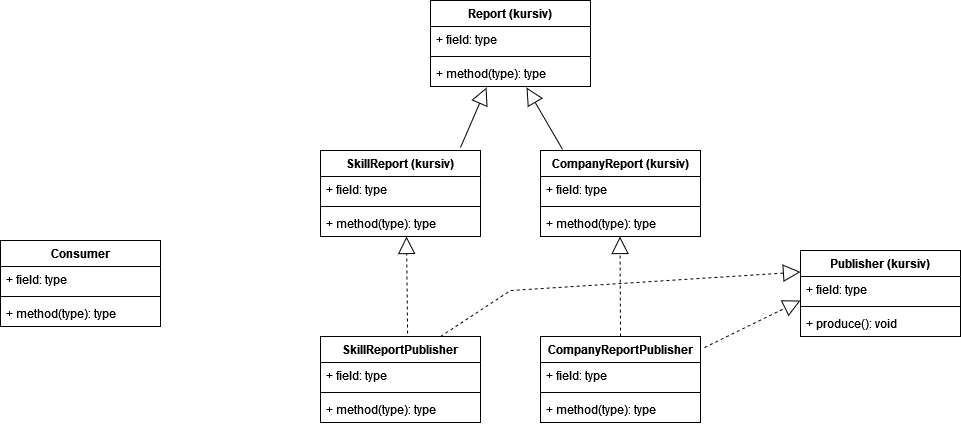
Before: src/org/hbrs/se1/ws22/uebung7/Uebung7-2.drawio.png, a diagram exported from draw.io (fitnesstino/WS22-SE1). Source tidied: cells renumbered, new cells last; positions are measured from the earlier drawing's top-left corner, leaving out a move shared by most shapes.
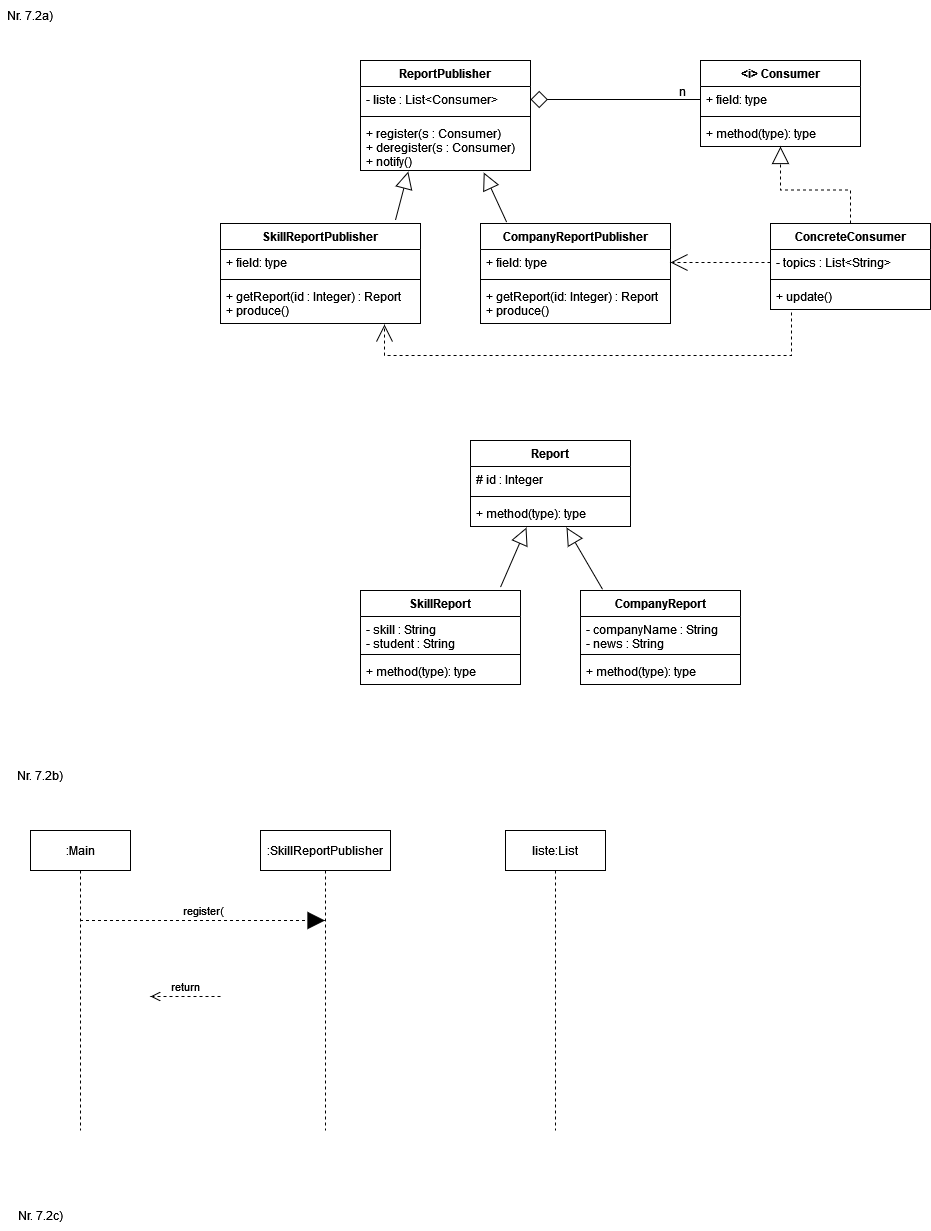
After the change.

The edit, as a diff of the source:
```diff
@@ -2,110 +2,50 @@
   <root>
     <mxCell id="0" />
     <mxCell id="1" parent="0" />
-    <mxCell id="2" value="Report (kursiv)" style="swimlane;fontStyle=1;align=center;verticalAlign=top;horizontal=1;startSize=26;" parent="1" vertex="1">
-      <mxGeometry x="430" width="160" height="86" as="geometry" />
+    <mxCell id="2" value="ReportPublisher" style="swimlane;fontStyle=1;align=center;verticalAlign=top;horizontal=1;startSize=26;" parent="1" vertex="1">
+      <mxGeometry x="320" y="-180" width="170" height="110" as="geometry" />
     </mxCell>
-    <mxCell id="3" value="+ field: type" style="text;strokeColor=none;fillColor=none;align=left;verticalAlign=top;spacingLeft=4;spacingRight=4;overflow=hidden;points=[[0,0.5],[1,0.5]];portConstraint=eastwest;" parent="2" vertex="1">
-      <mxGeometry y="26" width="160" height="26" as="geometry" />
+    <mxCell id="3" value="- liste : List&lt;Consumer&gt;" style="text;strokeColor=none;fillColor=none;align=left;verticalAlign=top;spacingLeft=4;spacingRight=4;overflow=hidden;points=[[0,0.5],[1,0.5]];portConstraint=eastwest;" parent="2" vertex="1">
+      <mxGeometry y="26" width="170" height="26" as="geometry" />
     </mxCell>
     <mxCell id="4" style="line;strokeWidth=1;fillColor=none;align=left;verticalAlign=middle;spacingTop=-1;spacingLeft=3;spacingRight=3;labelPosition=right;strokeColor=inherit;" parent="2" vertex="1">
-      <mxGeometry y="52" width="160" height="8" as="geometry" />
+      <mxGeometry y="52" width="170" height="8" as="geometry" />
     </mxCell>
-    <mxCell id="5" value="+ method(type): type" style="text;strokeColor=none;fillColor=none;align=left;verticalAlign=top;spacingLeft=4;spacingRight=4;overflow=hidden;points=[[0,0.5],[1,0.5]];portConstraint=eastwest;" parent="2" vertex="1">
-      <mxGeometry y="60" width="160" height="26" as="geometry" />
+    <mxCell id="5" value="+ register(s : Consumer)&#10;+ deregister(s : Consumer)&#10;+ notify()&#10;" style="text;strokeColor=none;fillColor=none;align=left;verticalAlign=top;spacingLeft=4;spacingRight=4;overflow=hidden;points=[[0,0.5],[1,0.5]];portConstraint=eastwest;" parent="2" vertex="1">
+      <mxGeometry y="60" width="170" height="50" as="geometry" />
     </mxCell>
-    <mxCell id="6" value="SkillReport (kursiv)" style="swimlane;fontStyle=1;align=center;verticalAlign=top;horizontal=1;startSize=26;" parent="1" vertex="1">
-      <mxGeometry x="320" y="150" width="160" height="86" as="geometry" />
+    <mxCell id="6" value="SkillReportPublisher" style="swimlane;fontStyle=1;align=center;verticalAlign=top;horizontal=1;startSize=26;" parent="1" vertex="1">
+      <mxGeometry x="180" y="-17" width="200" height="100" as="geometry" />
     </mxCell>
     <mxCell id="7" value="+ field: type" style="text;strokeColor=none;fillColor=none;align=left;verticalAlign=top;spacingLeft=4;spacingRight=4;overflow=hidden;" parent="6" vertex="1">
-      <mxGeometry y="26" width="160" height="26" as="geometry" />
+      <mxGeometry y="26" width="200" height="26" as="geometry" />
     </mxCell>
     <mxCell id="8" style="line;strokeWidth=1;fillColor=none;align=left;verticalAlign=middle;spacingTop=-1;spacingLeft=3;spacingRight=3;labelPosition=right;strokeColor=inherit;" parent="6" vertex="1">
-      <mxGeometry y="52" width="160" height="8" as="geometry" />
+      <mxGeometry y="52" width="200" height="8" as="geometry" />
     </mxCell>
-    <mxCell id="9" value="+ method(type): type" style="text;strokeColor=none;fillColor=none;align=left;verticalAlign=top;spacingLeft=4;spacingRight=4;overflow=hidden;" parent="6" vertex="1">
-      <mxGeometry y="60" width="160" height="26" as="geometry" />
+    <mxCell id="9" value="+ getReport(id : Integer) : Report&#10;+ produce()" style="text;strokeColor=none;fillColor=none;align=left;verticalAlign=top;spacingLeft=4;spacingRight=4;overflow=hidden;" parent="6" vertex="1">
+      <mxGeometry y="60" width="200" height="40" as="geometry" />
     </mxCell>
-    <mxCell id="10" value="CompanyReport (kursiv)" style="swimlane;fontStyle=1;align=center;verticalAlign=top;horizontal=1;startSize=26;" parent="1" vertex="1">
-      <mxGeometry x="540" y="150" width="160" height="86" as="geometry" />
+    <mxCell id="10" value="CompanyReportPublisher" style="swimlane;fontStyle=1;align=center;verticalAlign=top;horizontal=1;startSize=26;" parent="1" vertex="1">
+      <mxGeometry x="440" y="-17" width="190" height="100" as="geometry" />
     </mxCell>
     <mxCell id="11" value="+ field: type" style="text;strokeColor=none;fillColor=none;align=left;verticalAlign=top;spacingLeft=4;spacingRight=4;overflow=hidden;points=[[0,0.5],[1,0.5]];portConstraint=eastwest;" parent="10" vertex="1">
-      <mxGeometry y="26" width="160" height="26" as="geometry" />
+      <mxGeometry y="26" width="190" height="26" as="geometry" />
     </mxCell>
     <mxCell id="12" style="line;strokeWidth=1;fillColor=none;align=left;verticalAlign=middle;spacingTop=-1;spacingLeft=3;spacingRight=3;labelPosition=right;strokeColor=inherit;" parent="10" vertex="1">
-      <mxGeometry y="52" width="160" height="8" as="geometry" />
+      <mxGeometry y="52" width="190" height="8" as="geometry" />
     </mxCell>
-    <mxCell id="13" value="+ method(type): type" style="text;strokeColor=none;fillColor=none;align=left;verticalAlign=top;spacingLeft=4;spacingRight=4;overflow=hidden;" parent="10" vertex="1">
-      <mxGeometry y="60" width="160" height="26" as="geometry" />
+    <mxCell id="13" value="+ getReport(id: Integer) : Report&#10;+ produce()&#10;" style="text;strokeColor=none;fillColor=none;align=left;verticalAlign=top;spacingLeft=4;spacingRight=4;overflow=hidden;" parent="10" vertex="1">
+      <mxGeometry y="60" width="190" height="40" as="geometry" />
     </mxCell>
-    <mxCell id="14" value="Publisher (kursiv)" style="swimlane;fontStyle=1;align=center;verticalAlign=top;horizontal=1;startSize=26;" parent="1" vertex="1">
-      <mxGeometry x="800" y="250" width="160" height="86" as="geometry" />
-    </mxCell>
-    <mxCell id="15" value="+ field: type" style="text;strokeColor=none;fillColor=none;align=left;verticalAlign=top;spacingLeft=4;spacingRight=4;overflow=hidden;" parent="14" vertex="1">
-      <mxGeometry y="26" width="160" height="26" as="geometry" />
-    </mxCell>
-    <mxCell id="16" style="line;strokeWidth=1;fillColor=none;align=left;verticalAlign=middle;spacingTop=-1;spacingLeft=3;spacingRight=3;labelPosition=right;strokeColor=inherit;" parent="14" vertex="1">
-      <mxGeometry y="52" width="160" height="8" as="geometry" />
-    </mxCell>
-    <mxCell id="17" value="+ produce(): void" style="text;strokeColor=none;fillColor=none;align=left;verticalAlign=top;spacingLeft=4;spacingRight=4;overflow=hidden;" parent="14" vertex="1">
-      <mxGeometry y="60" width="160" height="26" as="geometry" />
-    </mxCell>
-    <mxCell id="18" style="endArrow=block;html=1;rounded=0;entryX=0.6;entryY=1.038;entryDx=0;entryDy=0;entryPerimeter=0;startArrow=none;startFill=0;endFill=0;startSize=15;endSize=15;exitX=0.138;exitY=-0.012;exitDx=0;exitDy=0;exitPerimeter=0;" parent="1" edge="1" source="10" target="5">
+    <mxCell id="18" style="endArrow=block;html=1;rounded=0;startArrow=none;startFill=0;endFill=0;startSize=15;endSize=15;exitX=0.138;exitY=-0.012;exitDx=0;exitDy=0;exitPerimeter=0;entryX=0.725;entryY=1.04;entryDx=0;entryDy=0;entryPerimeter=0;" parent="1" edge="1" source="10" target="5">
       <mxGeometry relative="1" as="geometry" />
     </mxCell>
-    <mxCell id="19" style="endArrow=block;html=1;rounded=0;entryX=0.6;entryY=1.038;entryDx=0;entryDy=0;entryPerimeter=0;startArrow=none;startFill=0;endFill=0;startSize=15;endSize=15;exitX=0.875;exitY=-0.035;exitDx=0;exitDy=0;exitPerimeter=0;" parent="1" edge="1" source="6">
-      <mxGeometry relative="1" as="geometry">
-        <mxPoint x="486" y="87" as="targetPoint" />
-      </mxGeometry>
+    <mxCell id="19" style="endArrow=block;html=1;rounded=0;entryX=0.281;entryY=1.02;entryDx=0;entryDy=0;entryPerimeter=0;startArrow=none;startFill=0;endFill=0;startSize=15;endSize=15;exitX=0.875;exitY=-0.035;exitDx=0;exitDy=0;exitPerimeter=0;" parent="1" edge="1" source="6" target="5">
+      <mxGeometry relative="1" as="geometry" />
     </mxCell>
-    <mxCell id="20" value="SkillReportPublisher" style="swimlane;fontStyle=1;align=center;verticalAlign=top;horizontal=1;startSize=26;" parent="1" vertex="1">
-      <mxGeometry x="320" y="336" width="160" height="86" as="geometry" />
-    </mxCell>
-    <mxCell id="21" value="+ field: type" style="text;strokeColor=none;fillColor=none;align=left;verticalAlign=top;spacingLeft=4;spacingRight=4;overflow=hidden;" parent="20" vertex="1">
-      <mxGeometry y="26" width="160" height="26" as="geometry" />
-    </mxCell>
-    <mxCell id="22" style="line;strokeWidth=1;fillColor=none;align=left;verticalAlign=middle;spacingTop=-1;spacingLeft=3;spacingRight=3;labelPosition=right;strokeColor=inherit;" parent="20" vertex="1">
-      <mxGeometry y="52" width="160" height="8" as="geometry" />
-    </mxCell>
-    <mxCell id="23" value="+ method(type): type" style="text;strokeColor=none;fillColor=none;align=left;verticalAlign=top;spacingLeft=4;spacingRight=4;overflow=hidden;" parent="20" vertex="1">
-      <mxGeometry y="60" width="160" height="26" as="geometry" />
-    </mxCell>
-    <mxCell id="24" value="CompanyReportPublisher" style="swimlane;fontStyle=1;align=center;verticalAlign=top;horizontal=1;startSize=26;" parent="1" vertex="1">
-      <mxGeometry x="540" y="336" width="160" height="86" as="geometry" />
-    </mxCell>
-    <mxCell id="25" value="+ field: type" style="text;strokeColor=none;fillColor=none;align=left;verticalAlign=top;spacingLeft=4;spacingRight=4;overflow=hidden;" parent="24" vertex="1">
-      <mxGeometry y="26" width="160" height="26" as="geometry" />
-    </mxCell>
-    <mxCell id="26" style="line;strokeWidth=1;fillColor=none;align=left;verticalAlign=middle;spacingTop=-1;spacingLeft=3;spacingRight=3;labelPosition=right;strokeColor=inherit;" parent="24" vertex="1">
-      <mxGeometry y="52" width="160" height="8" as="geometry" />
-    </mxCell>
-    <mxCell id="27" value="+ method(type): type" style="text;strokeColor=none;fillColor=none;align=left;verticalAlign=top;spacingLeft=4;spacingRight=4;overflow=hidden;" parent="24" vertex="1">
-      <mxGeometry y="60" width="160" height="26" as="geometry" />
-    </mxCell>
-    <mxCell id="28" style="endArrow=block;html=1;rounded=0;entryX=0.6;entryY=1.038;entryDx=0;entryDy=0;entryPerimeter=0;startArrow=none;startFill=0;endFill=0;startSize=15;endSize=15;exitX=0.544;exitY=-0.035;exitDx=0;exitDy=0;exitPerimeter=0;dashed=1;" parent="1" edge="1" source="20">
-      <mxGeometry relative="1" as="geometry">
-        <mxPoint x="406" y="236" as="targetPoint" />
-      </mxGeometry>
-    </mxCell>
-    <mxCell id="29" style="endArrow=block;html=1;rounded=0;entryX=0.6;entryY=1.038;entryDx=0;entryDy=0;entryPerimeter=0;startArrow=none;startFill=0;endFill=0;startSize=15;endSize=15;exitX=0.5;exitY=0;exitDx=0;exitDy=0;dashed=1;" parent="1" edge="1" source="24">
-      <mxGeometry relative="1" as="geometry">
-        <mxPoint x="619.5" y="236" as="targetPoint" />
-      </mxGeometry>
-    </mxCell>
-    <mxCell id="30" style="endArrow=block;html=1;rounded=0;entryX=0;entryY=0.25;entryDx=0;entryDy=0;startArrow=none;startFill=0;endFill=0;startSize=15;endSize=15;exitX=0.75;exitY=0;exitDx=0;exitDy=0;dashed=1;" parent="1" edge="1" source="20" target="14">
-      <mxGeometry relative="1" as="geometry">
-        <Array as="points">
-          <mxPoint x="510" y="290" />
-        </Array>
-      </mxGeometry>
-    </mxCell>
-    <mxCell id="31" style="endArrow=block;html=1;rounded=0;startArrow=none;startFill=0;endFill=0;startSize=15;endSize=15;exitX=1.025;exitY=0.128;exitDx=0;exitDy=0;exitPerimeter=0;dashed=1;" parent="1" edge="1" source="24">
-      <mxGeometry relative="1" as="geometry">
-        <mxPoint x="800" y="300" as="targetPoint" />
-      </mxGeometry>
-    </mxCell>
-    <mxCell id="32" value="Consumer" style="swimlane;fontStyle=1;align=center;verticalAlign=top;horizontal=1;startSize=26;" parent="1" vertex="1">
-      <mxGeometry y="240" width="160" height="86" as="geometry" />
+    <mxCell id="32" value="&lt;i&gt; Consumer" style="swimlane;fontStyle=1;align=center;verticalAlign=top;horizontal=1;startSize=26;" parent="1" vertex="1">
+      <mxGeometry x="660" y="-180" width="160" height="86" as="geometry" />
     </mxCell>
     <mxCell id="33" value="+ field: type" style="text;strokeColor=none;fillColor=none;align=left;verticalAlign=top;spacingLeft=4;spacingRight=4;overflow=hidden;points=[[0,0.5],[1,0.5]];portConstraint=eastwest;" parent="32" vertex="1">
       <mxGeometry y="26" width="160" height="26" as="geometry" />
@@ -116,5 +56,114 @@
     <mxCell id="35" value="+ method(type): type" style="text;strokeColor=none;fillColor=none;align=left;verticalAlign=top;spacingLeft=4;spacingRight=4;overflow=hidden;" parent="32" vertex="1">
       <mxGeometry y="60" width="160" height="26" as="geometry" />
     </mxCell>
+    <mxCell id="36" style="endArrow=none;html=1;rounded=0;entryX=0;entryY=0.5;entryDx=0;entryDy=0;exitX=1;exitY=0.5;exitDx=0;exitDy=0;endFill=0;startArrow=diamond;startFill=0;startSize=15;" parent="1" edge="1" source="3" target="33">
+      <mxGeometry relative="1" as="geometry" />
+    </mxCell>
+    <mxCell id="37" value="Report" style="swimlane;fontStyle=1;align=center;verticalAlign=top;horizontal=1;startSize=26;" parent="1" vertex="1">
+      <mxGeometry x="430" y="200" width="160" height="86" as="geometry" />
+    </mxCell>
+    <mxCell id="38" value="# id : Integer" style="text;strokeColor=none;fillColor=none;align=left;verticalAlign=top;spacingLeft=4;spacingRight=4;overflow=hidden;" parent="37" vertex="1">
+      <mxGeometry y="26" width="160" height="26" as="geometry" />
+    </mxCell>
+    <mxCell id="39" style="line;strokeWidth=1;fillColor=none;align=left;verticalAlign=middle;spacingTop=-1;spacingLeft=3;spacingRight=3;labelPosition=right;strokeColor=inherit;" parent="37" vertex="1">
+      <mxGeometry y="52" width="160" height="8" as="geometry" />
+    </mxCell>
+    <mxCell id="40" value="+ method(type): type" style="text;strokeColor=none;fillColor=none;align=left;verticalAlign=top;spacingLeft=4;spacingRight=4;overflow=hidden;points=[[0,0.5],[1,0.5]];portConstraint=eastwest;" parent="37" vertex="1">
+      <mxGeometry y="60" width="160" height="26" as="geometry" />
+    </mxCell>
+    <mxCell id="41" value="SkillReport" style="swimlane;fontStyle=1;align=center;verticalAlign=top;horizontal=1;startSize=26;" parent="1" vertex="1">
+      <mxGeometry x="320" y="350" width="160" height="94" as="geometry" />
+    </mxCell>
+    <mxCell id="42" value="- skill : String&#10;- student : String" style="text;strokeColor=none;fillColor=none;align=left;verticalAlign=top;spacingLeft=4;spacingRight=4;overflow=hidden;" parent="41" vertex="1">
+      <mxGeometry y="26" width="160" height="34" as="geometry" />
+    </mxCell>
+    <mxCell id="43" style="line;strokeWidth=1;fillColor=none;align=left;verticalAlign=middle;spacingTop=-1;spacingLeft=3;spacingRight=3;labelPosition=right;strokeColor=inherit;" parent="41" vertex="1">
+      <mxGeometry y="60" width="160" height="8" as="geometry" />
+    </mxCell>
+    <mxCell id="44" value="+ method(type): type" style="text;strokeColor=none;fillColor=none;align=left;verticalAlign=top;spacingLeft=4;spacingRight=4;overflow=hidden;" parent="41" vertex="1">
+      <mxGeometry y="68" width="160" height="26" as="geometry" />
+    </mxCell>
+    <mxCell id="45" value="CompanyReport" style="swimlane;fontStyle=1;align=center;verticalAlign=top;horizontal=1;startSize=26;" parent="1" vertex="1">
+      <mxGeometry x="540" y="350" width="160" height="94" as="geometry" />
+    </mxCell>
+    <mxCell id="46" value="- companyName : String&#10;- news : String&#10;" style="text;strokeColor=none;fillColor=none;align=left;verticalAlign=top;spacingLeft=4;spacingRight=4;overflow=hidden;" parent="45" vertex="1">
+      <mxGeometry y="26" width="160" height="34" as="geometry" />
+    </mxCell>
+    <mxCell id="47" style="line;strokeWidth=1;fillColor=none;align=left;verticalAlign=middle;spacingTop=-1;spacingLeft=3;spacingRight=3;labelPosition=right;strokeColor=inherit;" parent="45" vertex="1">
+      <mxGeometry y="60" width="160" height="8" as="geometry" />
+    </mxCell>
+    <mxCell id="48" value="+ method(type): type" style="text;strokeColor=none;fillColor=none;align=left;verticalAlign=top;spacingLeft=4;spacingRight=4;overflow=hidden;" parent="45" vertex="1">
+      <mxGeometry y="68" width="160" height="26" as="geometry" />
+    </mxCell>
+    <mxCell id="49" style="endArrow=block;html=1;rounded=0;entryX=0.6;entryY=1.038;entryDx=0;entryDy=0;entryPerimeter=0;startArrow=none;startFill=0;endFill=0;startSize=15;endSize=15;exitX=0.138;exitY=-0.012;exitDx=0;exitDy=0;exitPerimeter=0;" parent="1" edge="1" source="45" target="40">
+      <mxGeometry relative="1" as="geometry" />
+    </mxCell>
+    <mxCell id="50" style="endArrow=block;html=1;rounded=0;entryX=0.6;entryY=1.038;entryDx=0;entryDy=0;entryPerimeter=0;startArrow=none;startFill=0;endFill=0;startSize=15;endSize=15;exitX=0.875;exitY=-0.035;exitDx=0;exitDy=0;exitPerimeter=0;" parent="1" edge="1" source="41">
+      <mxGeometry relative="1" as="geometry">
+        <mxPoint x="486" y="287" as="targetPoint" />
+      </mxGeometry>
+    </mxCell>
+    <mxCell id="51" value="&lt;div&gt;n&lt;/div&gt;&lt;div&gt;&lt;br&gt;&lt;/div&gt;" style="text;html=1;strokeColor=none;fillColor=none;align=center;verticalAlign=middle;whiteSpace=wrap;rounded=0;" parent="1" vertex="1">
+      <mxGeometry x="612" y="-156" width="60" height="30" as="geometry" />
+    </mxCell>
+    <mxCell id="52" style="edgeStyle=orthogonalEdgeStyle;rounded=0;jettySize=auto;html=1;entryX=0.5;entryY=1;entryDx=0;entryDy=0;startArrow=none;startFill=0;endArrow=block;endFill=0;startSize=15;dashed=1;endSize=15;" parent="1" edge="1" source="53" target="32">
+      <mxGeometry relative="1" as="geometry" />
+    </mxCell>
+    <mxCell id="53" value="ConcreteConsumer" style="swimlane;fontStyle=1;align=center;verticalAlign=top;horizontal=1;startSize=26;" parent="1" vertex="1">
+      <mxGeometry x="730" y="-17" width="160" height="86" as="geometry" />
+    </mxCell>
+    <mxCell id="54" value="- topics : List&lt;String&gt;" style="text;strokeColor=none;fillColor=none;align=left;verticalAlign=top;spacingLeft=4;spacingRight=4;overflow=hidden;points=[[0,0.5],[1,0.5]];portConstraint=eastwest;" parent="53" vertex="1">
+      <mxGeometry y="26" width="160" height="26" as="geometry" />
+    </mxCell>
+    <mxCell id="55" style="line;strokeWidth=1;fillColor=none;align=left;verticalAlign=middle;spacingTop=-1;spacingLeft=3;spacingRight=3;labelPosition=right;strokeColor=inherit;" parent="53" vertex="1">
+      <mxGeometry y="52" width="160" height="8" as="geometry" />
+    </mxCell>
+    <mxCell id="56" value="+ update()" style="text;strokeColor=none;fillColor=none;align=left;verticalAlign=top;spacingLeft=4;spacingRight=4;overflow=hidden;" parent="53" vertex="1">
+      <mxGeometry y="60" width="160" height="26" as="geometry" />
+    </mxCell>
+    <mxCell id="57" style="edgeStyle=orthogonalEdgeStyle;rounded=0;jettySize=auto;html=1;dashed=1;startArrow=none;startFill=0;endArrow=open;endFill=0;startSize=15;endSize=15;" parent="1" edge="1" source="54" target="11">
+      <mxGeometry relative="1" as="geometry" />
+    </mxCell>
+    <mxCell id="58" style="edgeStyle=orthogonalEdgeStyle;rounded=0;orthogonalLoop=1;jettySize=auto;html=1;dashed=1;startArrow=none;startFill=0;endArrow=open;endFill=0;startSize=15;endSize=15;exitX=0.131;exitY=1.038;exitDx=0;exitDy=0;exitPerimeter=0;entryX=0.82;entryY=0.975;entryDx=0;entryDy=0;entryPerimeter=0;" parent="1" edge="1">
+      <mxGeometry relative="1" as="geometry">
+        <mxPoint x="751" y="72" as="sourcePoint" />
+        <mxPoint x="344" y="84" as="targetPoint" />
+        <Array as="points">
+          <mxPoint x="751" y="115" />
+          <mxPoint x="344" y="115" />
+        </Array>
+      </mxGeometry>
+    </mxCell>
+    <mxCell id="59" value="Nr. 7.2a)" style="text;html=1;strokeColor=none;fillColor=none;align=center;verticalAlign=middle;whiteSpace=wrap;rounded=0;" parent="1" vertex="1">
+      <mxGeometry x="-40" y="-240" width="60" height="30" as="geometry" />
+    </mxCell>
+    <mxCell id="60" value="&lt;div&gt;Nr. 7.2b)&lt;/div&gt;" style="text;html=1;strokeColor=none;fillColor=none;align=center;verticalAlign=middle;whiteSpace=wrap;rounded=0;" parent="1" vertex="1">
+      <mxGeometry x="-30" y="520" width="60" height="30" as="geometry" />
+    </mxCell>
+    <mxCell id="61" value=":Main" style="shape=umlLifeline;perimeter=lifelinePerimeter;whiteSpace=wrap;html=1;outlineConnect=0;" parent="1" vertex="1">
+      <mxGeometry x="-10" y="590" width="100" height="300" as="geometry" />
+    </mxCell>
+    <mxCell id="62" value=":SkillReportPublisher" style="shape=umlLifeline;perimeter=lifelinePerimeter;whiteSpace=wrap;html=1;outlineConnect=0;" parent="1" vertex="1">
+      <mxGeometry x="220" y="590" width="130" height="300" as="geometry" />
+    </mxCell>
+    <mxCell id="63" value="liste:List" style="shape=umlLifeline;perimeter=lifelinePerimeter;whiteSpace=wrap;html=1;" parent="1" vertex="1">
+      <mxGeometry x="465" y="590" width="100" height="300" as="geometry" />
+    </mxCell>
+    <mxCell id="64" value="register(" style="html=1;verticalAlign=bottom;endArrow=block;rounded=0;dashed=1;startSize=15;endSize=15;" parent="1" edge="1" source="61" target="62">
+      <mxGeometry relative="1" as="geometry">
+        <Array as="points">
+          <mxPoint x="230" y="680" />
+        </Array>
+      </mxGeometry>
+    </mxCell>
+    <mxCell id="65" value="return" style="html=1;verticalAlign=bottom;endArrow=open;dashed=1;endSize=8;exitX=0;exitY=0.95;rounded=0;" parent="1" edge="1">
+      <mxGeometry relative="1" as="geometry">
+        <mxPoint x="180" y="756" as="sourcePoint" />
+        <mxPoint x="110" y="756" as="targetPoint" />
+      </mxGeometry>
+    </mxCell>
+    <mxCell id="66" value="&lt;div&gt;Nr. 7.2c)&lt;/div&gt;" style="text;html=1;strokeColor=none;fillColor=none;align=center;verticalAlign=middle;whiteSpace=wrap;rounded=0;" parent="1" vertex="1">
+      <mxGeometry x="-30" y="960" width="60" height="30" as="geometry" />
+    </mxCell>
   </root>
 </mxGraphModel>
```
